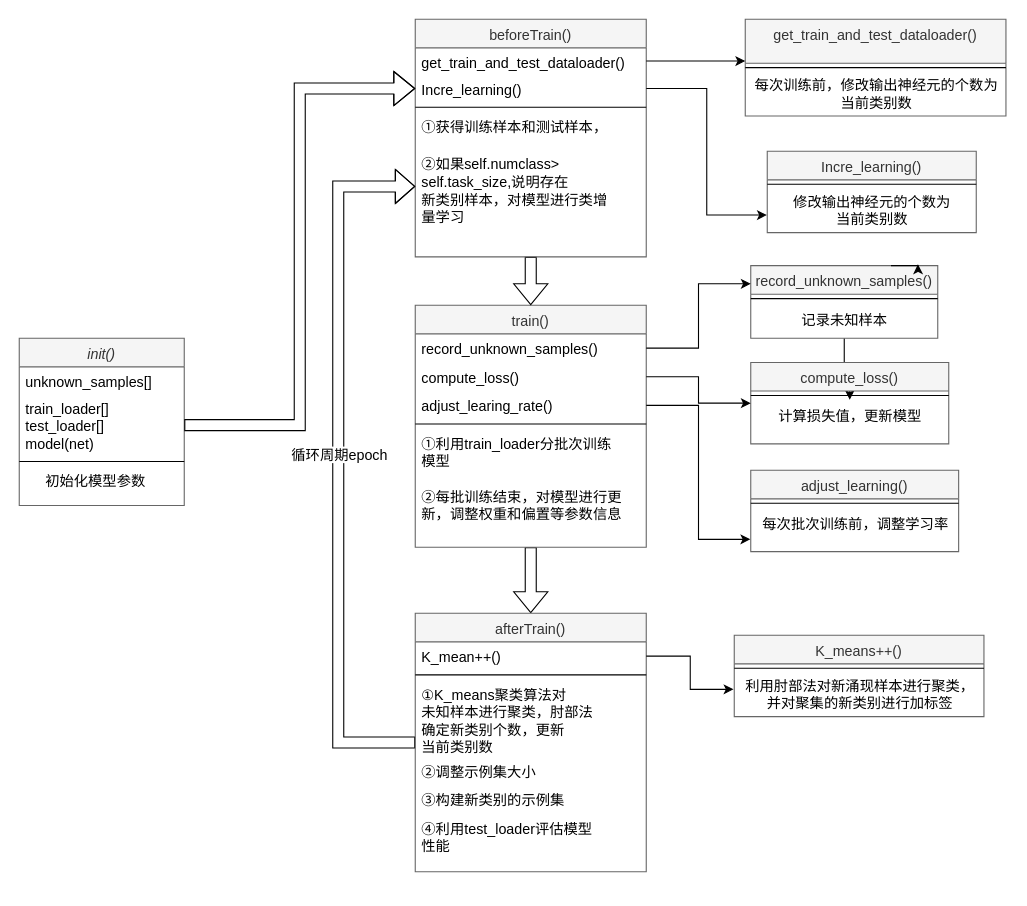
The draw.io diagram method_arch.drawio in dxin66/draw-files, before the edit. Source tidied: cells renumbered, new cells numbered last; positions are measured from the earlier drawing's top-left corner, leaving out a move shared by most shapes. Both pictures are drawn from the tidied source at 110%, with x=0, y=0 at pixel (19, 19).
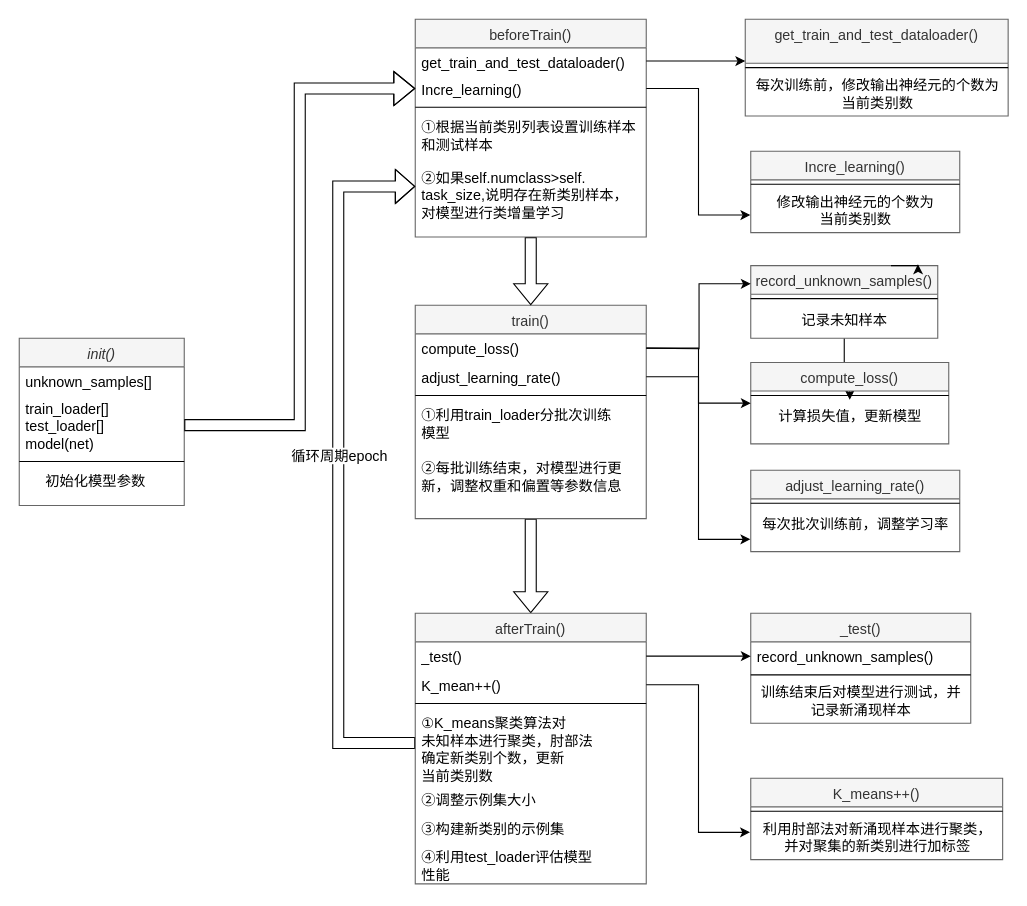
The same diagram, later.

The change refers to these unchanged cells:
```xml
<mxCell id="40" value="record_unknown_samples()" style="swimlane;fontStyle=0;align=center;verticalAlign=top;horizontal=1;startSize=26;rounded=0;shadow=0;strokeWidth=1;fontSize=13;fillColor=#f5f5f5;fontColor=#333333;strokeColor=#666666;" parent="1" vertex="1">
  <mxGeometry x="665" y="224" width="170" height="66" as="geometry" />
</mxCell>
```

Change to the diagram source:
```diff
@@
     <mxCell id="8" value="train()" style="swimlane;fontStyle=0;align=center;verticalAlign=top;horizontal=1;startSize=26;rounded=0;shadow=0;strokeWidth=1;fontSize=13;fillColor=#f5f5f5;fontColor=#333333;strokeColor=#666666;" parent="1" vertex="1">
-      <mxGeometry x="360" y="260" width="210" height="220" as="geometry" />
+      <mxGeometry x="360" y="260" width="210" height="194" as="geometry" />
     </mxCell>
-    <mxCell id="9" value="record_unknown_samples()" style="text;align=left;verticalAlign=top;spacingLeft=4;spacingRight=4;overflow=hidden;points=[[0,0.5],[1,0.5]];portConstraint=eastwest;rounded=0;shadow=0;html=0;fontSize=13;" parent="8" vertex="1">
-      <mxGeometry y="26" width="210" height="26" as="geometry" />
-    </mxCell>
     <mxCell id="10" value="compute_loss()" style="text;align=left;verticalAlign=top;spacingLeft=4;spacingRight=4;overflow=hidden;points=[[0,0.5],[1,0.5]];portConstraint=eastwest;rounded=0;shadow=0;html=0;fontSize=13;" parent="8" vertex="1">
-      <mxGeometry y="52" width="210" height="26" as="geometry" />
+      <mxGeometry y="26" width="210" height="26" as="geometry" />
     </mxCell>
-    <mxCell id="11" value="adjust_learing_rate()" style="text;align=left;verticalAlign=top;spacingLeft=4;spacingRight=4;overflow=hidden;points=[[0,0.5],[1,0.5]];portConstraint=eastwest;rounded=0;shadow=0;html=0;fontSize=13;" parent="8" vertex="1">
-      <mxGeometry y="78" width="210" height="26" as="geometry" />
+    <mxCell id="11" value="adjust_learning_rate()" style="text;align=left;verticalAlign=top;spacingLeft=4;spacingRight=4;overflow=hidden;points=[[0,0.5],[1,0.5]];portConstraint=eastwest;rounded=0;shadow=0;html=0;fontSize=13;" parent="8" vertex="1">
+      <mxGeometry y="52" width="210" height="26" as="geometry" />
     </mxCell>
     <mxCell id="12" style="line;html=1;strokeWidth=1;align=left;verticalAlign=middle;spacingTop=-1;spacingLeft=3;spacingRight=3;labelPosition=right;fontSize=13;" parent="8" vertex="1">
-      <mxGeometry y="104" width="210" height="8" as="geometry" />
+      <mxGeometry y="78" width="210" height="8" as="geometry" />
     </mxCell>
     <mxCell id="13" value="①利用train_loader分批次训练&#10;模型" style="text;align=left;verticalAlign=top;spacingLeft=4;spacingRight=4;overflow=hidden;fontSize=13;" parent="8" vertex="1">
-      <mxGeometry y="112" width="210" height="48" as="geometry" />
+      <mxGeometry y="86" width="210" height="48" as="geometry" />
     </mxCell>
     <mxCell id="14" value="②每批训练结束，对模型进行更&#10;新，调整权重和偏置等参数信息" style="text;align=left;verticalAlign=top;spacingLeft=4;spacingRight=4;overflow=hidden;fontSize=13;" parent="8" vertex="1">
-      <mxGeometry y="160" width="210" height="60" as="geometry" />
+      <mxGeometry y="134" width="210" height="60" as="geometry" />
     </mxCell>
@@
     <mxCell id="16" value="beforeTrain()" style="swimlane;fontStyle=0;align=center;verticalAlign=top;horizontal=1;startSize=26;rounded=0;shadow=0;strokeWidth=1;fontSize=13;fillColor=#f5f5f5;fontColor=#333333;strokeColor=#666666;" parent="1" vertex="1">
-      <mxGeometry x="360" width="210" height="216" as="geometry" />
+      <mxGeometry x="360" width="210" height="198" as="geometry" />
     </mxCell>
@@
-    <mxCell id="20" value="①获得训练样本和测试样本，" style="text;align=left;verticalAlign=top;spacingLeft=4;spacingRight=4;overflow=hidden;fontSize=13;" parent="16" vertex="1">
-      <mxGeometry y="84" width="210" height="34" as="geometry" />
+    <mxCell id="20" value="①根据当前类别列表设置训练样本&#10;和测试样本" style="text;align=left;verticalAlign=top;spacingLeft=4;spacingRight=4;overflow=hidden;fontSize=13;" parent="16" vertex="1">
+      <mxGeometry y="84" width="210" height="46" as="geometry" />
     </mxCell>
-    <mxCell id="21" value="②如果self.numclass&gt;&#10;self.task_size,说明存在&#10;新类别样本，对模型进行类增&#10;量学习" style="text;align=left;verticalAlign=top;spacingLeft=4;spacingRight=4;overflow=hidden;points=[[0,0.5],[1,0.5]];portConstraint=eastwest;fontSize=13;" parent="16" vertex="1">
-      <mxGeometry y="118" width="210" height="68" as="geometry" />
+    <mxCell id="21" value="②如果self.numclass&gt;self.&#10;task_size,说明存在新类别样本，&#10;对模型进行类增量学习" style="text;align=left;verticalAlign=top;spacingLeft=4;spacingRight=4;overflow=hidden;points=[[0,0.5],[1,0.5]];portConstraint=eastwest;fontSize=13;" parent="16" vertex="1">
+      <mxGeometry y="130" width="210" height="68" as="geometry" />
     </mxCell>
@@
     <mxCell id="24" value="afterTrain()" style="swimlane;fontStyle=0;align=center;verticalAlign=top;horizontal=1;startSize=26;rounded=0;shadow=0;strokeWidth=1;fontSize=13;fillColor=#f5f5f5;fontColor=#333333;strokeColor=#666666;" parent="1" vertex="1">
-      <mxGeometry x="360" y="540" width="210" height="235" as="geometry" />
+      <mxGeometry x="360" y="540" width="210" height="246" as="geometry" />
     </mxCell>
+    <mxCell id="58" value="_test()" style="text;align=left;verticalAlign=top;spacingLeft=4;spacingRight=4;overflow=hidden;points=[[0,0.5],[1,0.5]];portConstraint=eastwest;rounded=0;shadow=0;html=0;fontSize=13;" parent="24" vertex="1">
+      <mxGeometry y="26" width="210" height="26" as="geometry" />
+    </mxCell>
     <mxCell id="25" value="K_mean++()" style="text;align=left;verticalAlign=top;spacingLeft=4;spacingRight=4;overflow=hidden;points=[[0,0.5],[1,0.5]];portConstraint=eastwest;fontSize=13;" parent="24" vertex="1">
-      <mxGeometry y="26" width="210" height="26" as="geometry" />
+      <mxGeometry y="52" width="210" height="26" as="geometry" />
     </mxCell>
     <mxCell id="26" style="line;html=1;strokeWidth=1;align=left;verticalAlign=middle;spacingTop=-1;spacingLeft=3;spacingRight=3;labelPosition=right;fontSize=13;" parent="24" vertex="1">
-      <mxGeometry y="52" width="210" height="8" as="geometry" />
+      <mxGeometry y="78" width="210" height="8" as="geometry" />
     </mxCell>
     <mxCell id="27" value="①K_means聚类算法对&#10;未知样本进行聚类，肘部法&#10;确定新类别个数，更新&#10;当前类别数" style="text;align=left;verticalAlign=top;spacingLeft=4;spacingRight=4;overflow=hidden;fontSize=13;" parent="24" vertex="1">
-      <mxGeometry y="60" width="210" height="70" as="geometry" />
+      <mxGeometry y="86" width="210" height="70" as="geometry" />
     </mxCell>
     <mxCell id="28" value="②调整示例集大小" style="text;align=left;verticalAlign=top;spacingLeft=4;spacingRight=4;overflow=hidden;fontSize=13;" parent="24" vertex="1">
-      <mxGeometry y="130" width="210" height="26" as="geometry" />
+      <mxGeometry y="156" width="210" height="26" as="geometry" />
     </mxCell>
     <mxCell id="29" value="③构建新类别的示例集" style="text;align=left;verticalAlign=top;spacingLeft=4;spacingRight=4;overflow=hidden;fontSize=13;" parent="24" vertex="1">
-      <mxGeometry y="156" width="210" height="26" as="geometry" />
+      <mxGeometry y="182" width="210" height="26" as="geometry" />
     </mxCell>
     <mxCell id="30" value="④利用test_loader评估模型&#10;性能" style="text;align=left;verticalAlign=top;spacingLeft=4;spacingRight=4;overflow=hidden;fontSize=13;" parent="24" vertex="1">
-      <mxGeometry y="182" width="210" height="38" as="geometry" />
+      <mxGeometry y="208" width="210" height="38" as="geometry" />
     </mxCell>
     <mxCell id="31" value="Incre_learning()" style="swimlane;fontStyle=0;align=center;verticalAlign=top;horizontal=1;startSize=26;rounded=0;shadow=0;strokeWidth=1;fontSize=13;fillColor=#f5f5f5;fontColor=#333333;strokeColor=#666666;" parent="1" vertex="1">
-      <mxGeometry x="680" y="120" width="190" height="74" as="geometry" />
+      <mxGeometry x="665" y="120" width="190" height="74" as="geometry" />
     </mxCell>
@@
     <mxCell id="34" value="get_train_and_test_dataloader()" style="swimlane;fontStyle=0;align=center;verticalAlign=top;horizontal=1;startSize=40;rounded=0;shadow=0;strokeWidth=1;fontSize=13;fillColor=#f5f5f5;fontColor=#333333;strokeColor=#666666;" parent="1" vertex="1">
-      <mxGeometry x="660" width="237" height="88" as="geometry" />
+      <mxGeometry x="660" width="239" height="88" as="geometry" />
     </mxCell>
     <mxCell id="35" style="line;html=1;strokeWidth=1;align=left;verticalAlign=middle;spacingTop=-1;spacingLeft=3;spacingRight=3;labelPosition=right;fontSize=13;" parent="34" vertex="1">
-      <mxGeometry y="40" width="237" height="8" as="geometry" />
+      <mxGeometry y="40" width="239" height="8" as="geometry" />
     </mxCell>
     <mxCell id="36" value="每次训练前，修改输出神经元的个数为&lt;div style=&quot;font-size: 13px;&quot;&gt;当前类别数&lt;/div&gt;" style="text;html=1;align=center;verticalAlign=middle;strokeColor=none;fillColor=none;fontSize=13;" parent="34" vertex="1">
-      <mxGeometry y="48" width="237" height="40" as="geometry" />
+      <mxGeometry y="48" width="239" height="40" as="geometry" />
     </mxCell>
@@
-    <mxCell id="46" value="adjust_learning()" style="swimlane;fontStyle=0;align=center;verticalAlign=top;horizontal=1;startSize=26;rounded=0;shadow=0;strokeWidth=1;fontSize=13;fillColor=#f5f5f5;fontColor=#333333;strokeColor=#666666;" parent="1" vertex="1">
-      <mxGeometry x="665" y="410" width="189" height="74" as="geometry" />
+    <mxCell id="46" value="adjust_learning_rate()" style="swimlane;fontStyle=0;align=center;verticalAlign=top;horizontal=1;startSize=26;rounded=0;shadow=0;strokeWidth=1;fontSize=13;fillColor=#f5f5f5;fontColor=#333333;strokeColor=#666666;" parent="1" vertex="1">
+      <mxGeometry x="665" y="410" width="190" height="74" as="geometry" />
     </mxCell>
     <mxCell id="47" style="line;html=1;strokeWidth=1;align=left;verticalAlign=middle;spacingTop=-1;spacingLeft=3;spacingRight=3;labelPosition=right;fontSize=13;" parent="46" vertex="1">
-      <mxGeometry y="26" width="189" height="8" as="geometry" />
+      <mxGeometry y="26" width="190" height="8" as="geometry" />
     </mxCell>
     <mxCell id="48" value="每次批次训练前，调整学习率" style="text;html=1;align=center;verticalAlign=middle;points=[];strokeColor=none;fillColor=none;fontSize=13;" parent="46" vertex="1">
-      <mxGeometry y="34" width="189" height="30" as="geometry" />
+      <mxGeometry y="34" width="190" height="30" as="geometry" />
     </mxCell>
-    <mxCell id="49" style="edgeStyle=orthogonalEdgeStyle;rounded=0;jettySize=auto;html=1;entryX=0;entryY=0.25;entryDx=0;entryDy=0;fontSize=13;" parent="1" edge="1" source="9" target="40">
-      <mxGeometry relative="1" as="geometry" />
+    <mxCell id="49" style="edgeStyle=orthogonalEdgeStyle;rounded=0;jettySize=auto;html=1;entryX=0;entryY=0.25;entryDx=0;entryDy=0;fontSize=13;" parent="1" edge="1" target="40">
+      <mxGeometry relative="1" as="geometry">
+        <mxPoint x="570" y="299" as="sourcePoint" />
+      </mxGeometry>
     </mxCell>
@@
     <mxCell id="52" value="K_means++()" style="swimlane;fontStyle=0;align=center;verticalAlign=top;horizontal=1;startSize=26;rounded=0;shadow=0;strokeWidth=1;fontSize=13;fillColor=#f5f5f5;fontColor=#333333;strokeColor=#666666;" parent="1" vertex="1">
-      <mxGeometry x="650" y="560" width="227" height="74" as="geometry" />
+      <mxGeometry x="665" y="690" width="229" height="74" as="geometry" />
     </mxCell>
     <mxCell id="53" style="line;html=1;strokeWidth=1;align=left;verticalAlign=middle;spacingTop=-1;spacingLeft=3;spacingRight=3;labelPosition=right;fontSize=13;" parent="52" vertex="1">
-      <mxGeometry y="26" width="227" height="8" as="geometry" />
+      <mxGeometry y="26" width="229" height="8" as="geometry" />
     </mxCell>
     <mxCell id="54" value="利用肘部法对新涌现样本进行聚类，&lt;div style=&quot;font-size: 13px;&quot;&gt;并对聚集的新类别进行加标签&lt;/div&gt;" style="text;html=1;align=center;verticalAlign=middle;points=[];strokeColor=none;fillColor=none;fontSize=13;" parent="52" vertex="1">
-      <mxGeometry y="34" width="227" height="40" as="geometry" />
+      <mxGeometry y="34" width="229" height="40" as="geometry" />
     </mxCell>
@@
+    <mxCell id="59" value="_test()" style="swimlane;fontStyle=0;align=center;verticalAlign=top;horizontal=1;startSize=26;rounded=0;shadow=0;strokeWidth=1;fontSize=13;fillColor=#f5f5f5;fontColor=#333333;strokeColor=#666666;" parent="1" vertex="1">
+      <mxGeometry x="665" y="540" width="200" height="100" as="geometry" />
+    </mxCell>
+    <mxCell id="9" value="record_unknown_samples()" style="text;align=left;verticalAlign=top;spacingLeft=4;spacingRight=4;overflow=hidden;points=[[0,0.5],[1,0.5]];portConstraint=eastwest;rounded=0;shadow=0;html=0;fontSize=13;" parent="59" vertex="1">
+      <mxGeometry y="26" width="200" height="26" as="geometry" />
+    </mxCell>
+    <mxCell id="60" style="line;html=1;strokeWidth=1;align=left;verticalAlign=middle;spacingTop=-1;spacingLeft=3;spacingRight=3;labelPosition=right;fontSize=13;" parent="59" vertex="1">
+      <mxGeometry y="52" width="200" height="8" as="geometry" />
+    </mxCell>
+    <mxCell id="61" value="训练结束后对模型进行测试，并&lt;div style=&quot;font-size: 13px;&quot;&gt;记录新涌现样本&lt;/div&gt;" style="text;html=1;align=center;verticalAlign=middle;strokeColor=none;fillColor=none;fontSize=13;" parent="59" vertex="1">
+      <mxGeometry y="60" width="200" height="40" as="geometry" />
+    </mxCell>
+    <mxCell id="62" style="edgeStyle=orthogonalEdgeStyle;rounded=0;jettySize=auto;html=1;entryX=0;entryY=0.5;entryDx=0;entryDy=0;fontSize=13;" parent="1" edge="1" source="58" target="9">
+      <mxGeometry relative="1" as="geometry" />
+    </mxCell>
```
